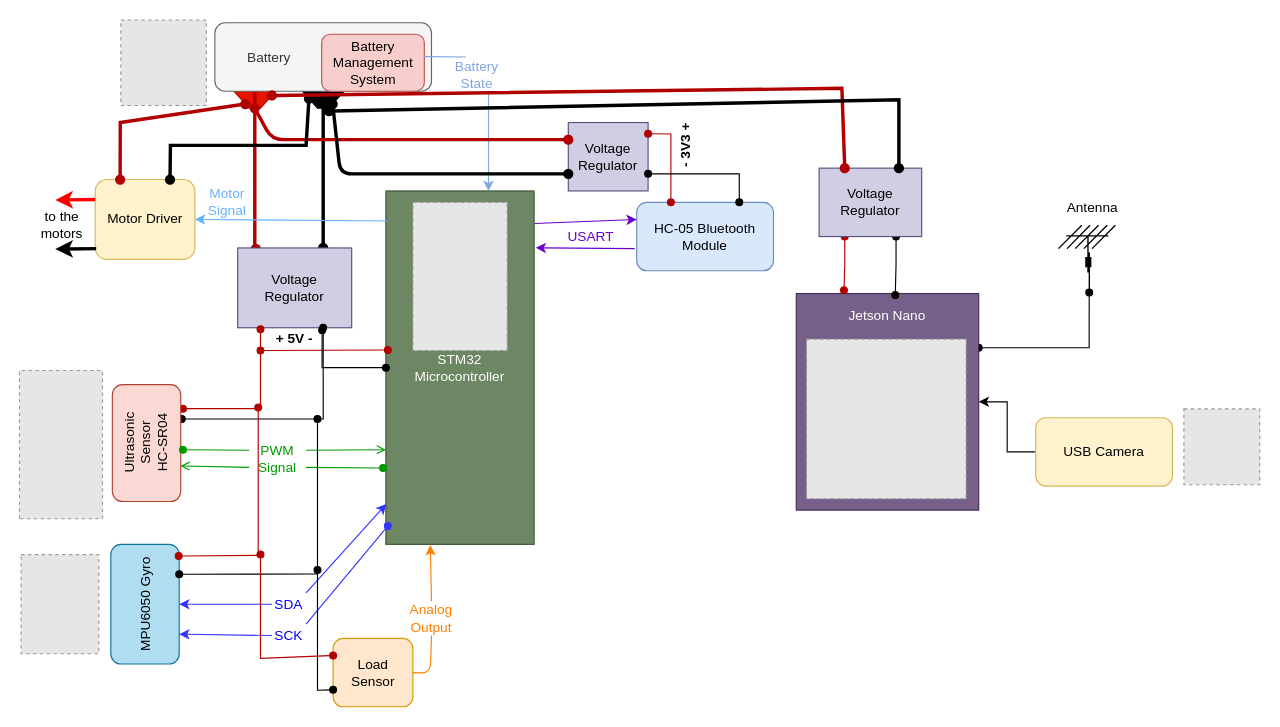
The draw.io diagram Bitirme 1 - Schematics/bitirme1-elektronik-sematik.drawio in anilberg/My-Diagrams, before the edit. Source tidied: cells renumbered, new cells numbered last; positions are measured from the earlier drawing's top-left corner, leaving out a move shared by most shapes. Both pictures are drawn from the tidied source at 114%, with x=0, y=0 at pixel (-14, 19). Pictures stored in the file or linked from it are replaced by grey dashed boxes.
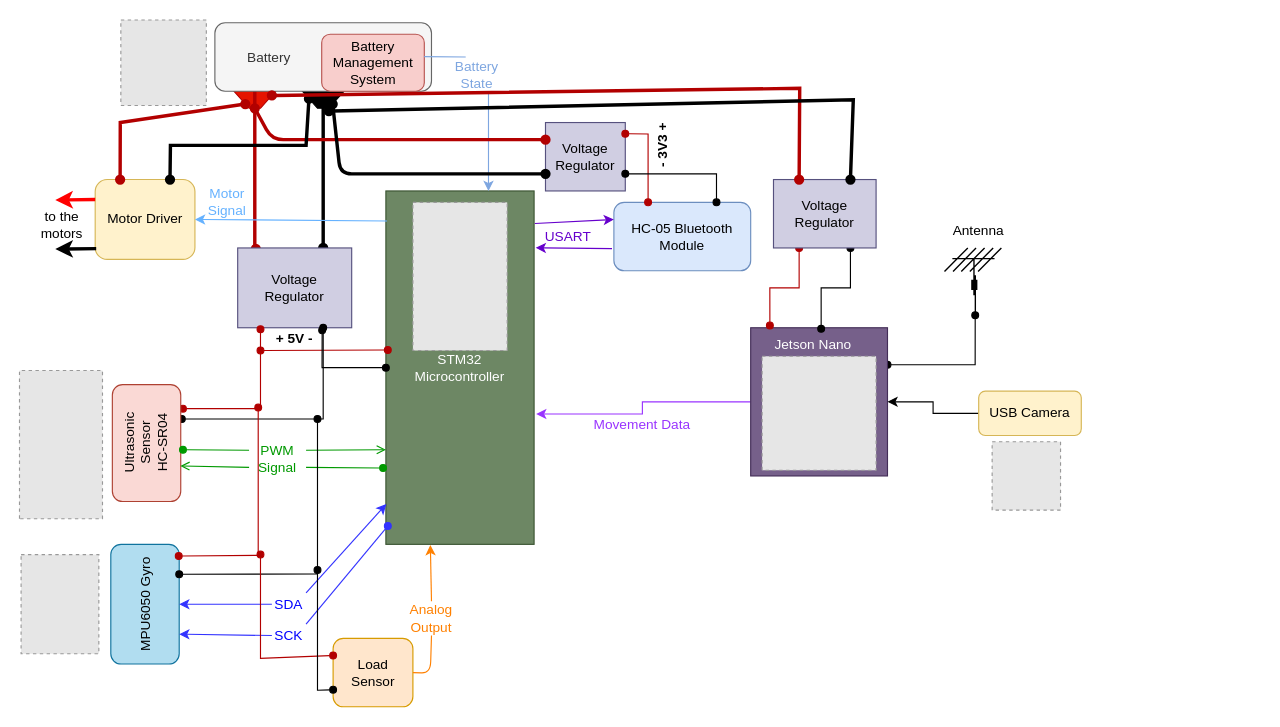
The same diagram, later.

The change refers to these unchanged cells:
```xml
<mxCell id="3" style="shape=trapezoid;perimeter=trapezoidPerimeter;whiteSpace=wrap;html=1;fixedSize=1;rotation=-180;fillColor=#e51400;strokeColor=#B20000;fontColor=#ffffff;" parent="1" vertex="1">
  <mxGeometry x="210" y="55" width="50" height="22.5" as="geometry" />
</mxCell>
<mxCell id="6" value="STM32&lt;br&gt;Microcontroller" style="rounded=0;whiteSpace=wrap;html=1;fontColor=#ffffff;fillColor=#6d8764;strokeColor=#3A5431;" parent="1" vertex="1">
  <mxGeometry x="350" y="150" width="130" height="310" as="geometry" />
</mxCell>
```

What changed in the source:
```diff
@@
+    <mxCell id="75" style="edgeStyle=orthogonalEdgeStyle;rounded=0;jettySize=auto;html=1;exitX=0;exitY=0.5;exitDx=0;exitDy=0;entryX=1.014;entryY=0.631;entryDx=0;entryDy=0;entryPerimeter=0;fontColor=#000000;startArrow=none;startFill=0;endArrow=classic;endFill=1;strokeColor=#9933FF;fillColor=#f8cecc;" parent="1" edge="1" source="5" target="6">
+      <mxGeometry relative="1" as="geometry" />
+    </mxCell>
     <mxCell id="5" style="rounded=0;whiteSpace=wrap;html=1;strokeColor=#432D57;fillColor=#76608a;fontColor=#ffffff;" parent="1" vertex="1">
-      <mxGeometry x="710" y="240" width="160" height="190" as="geometry" />
+      <mxGeometry x="670" y="270" width="120" height="130" as="geometry" />
     </mxCell>
@@
     <mxCell id="45" value="Voltage&lt;br&gt;Regulator" style="rounded=0;whiteSpace=wrap;html=1;fillColor=#d0cee2;strokeColor=#56517e;" parent="1" vertex="1">
-      <mxGeometry x="510" y="90" width="70" height="60" as="geometry" />
+      <mxGeometry x="490" y="90" width="70" height="60" as="geometry" />
     </mxCell>
@@
     <mxCell id="48" value="HC-05 Bluetooth Module" style="rounded=1;whiteSpace=wrap;html=1;strokeColor=#6c8ebf;fillColor=#dae8fc;" parent="1" vertex="1">
-      <mxGeometry x="570" y="160" width="120" height="60" as="geometry" />
+      <mxGeometry x="550" y="160" width="120" height="60" as="geometry" />
     </mxCell>
     <mxCell id="49" style="endArrow=oval;html=1;fillColor=#e51400;strokeColor=#B20000;strokeWidth=1;startArrow=oval;startFill=1;endFill=1;rounded=0;exitX=1;exitY=0.164;exitDx=0;exitDy=0;exitPerimeter=0;entryX=0.25;entryY=0;entryDx=0;entryDy=0;" parent="1" edge="1" source="45" target="48">
       <mxGeometry relative="1" as="geometry">
         <Array as="points">
-          <mxPoint x="600" y="100" />
+          <mxPoint x="580" y="100" />
         </Array>
       </mxGeometry>
     </mxCell>
     <mxCell id="50" style="endArrow=oval;html=1;fillColor=#e51400;strokeWidth=1;startArrow=oval;startFill=1;endFill=1;rounded=0;entryX=1;entryY=0.75;entryDx=0;entryDy=0;exitX=0.75;exitY=0;exitDx=0;exitDy=0;" parent="1" edge="1" source="48" target="45">
       <mxGeometry relative="1" as="geometry">
         <Array as="points">
-          <mxPoint x="660" y="135" />
+          <mxPoint x="640" y="135" />
         </Array>
       </mxGeometry>
     </mxCell>
     <mxCell id="51" value="&lt;b&gt;- 3V3 +&lt;/b&gt;" style="text;html=1;strokeColor=none;fillColor=none;align=center;verticalAlign=middle;whiteSpace=wrap;rounded=0;rotation=-90;" parent="1" vertex="1">
-      <mxGeometry x="590" y="100" width="46" height="20" as="geometry" />
+      <mxGeometry x="570" y="100" width="46" height="20" as="geometry" />
     </mxCell>
@@
     <mxCell id="54" value="&lt;font color=&quot;#6600cc&quot;&gt;USART&lt;/font&gt;" style="text;html=1;strokeColor=none;fillColor=none;align=center;verticalAlign=middle;whiteSpace=wrap;rounded=0;" parent="1" vertex="1">
-      <mxGeometry x="510" y="180" width="40" height="20" as="geometry" />
+      <mxGeometry x="490" y="180" width="40" height="20" as="geometry" />
     </mxCell>
@@
     <mxCell id="63" style="fillColor=#E6E6E6;strokeColor=#999999;dashed=1;verticalLabelPosition=bottom;labelBackgroundColor=#ffffff;verticalAlign=top;fontFamily=Helvetica;" parent="1" vertex="1">
-      <mxGeometry x="719" y="280" width="140" height="140" as="geometry" />
+      <mxGeometry x="680" y="295" width="100" height="100" as="geometry" />
     </mxCell>
     <mxCell id="64" style="fillColor=#E6E6E6;strokeColor=#999999;dashed=1;verticalLabelPosition=bottom;labelBackgroundColor=#ffffff;verticalAlign=top;fontFamily=Helvetica;" parent="1" vertex="1">
-      <mxGeometry x="1050" y="341.2" width="66.5" height="66.5" as="geometry" />
+      <mxGeometry x="881.8" y="370" width="60" height="60" as="geometry" />
     </mxCell>
     <mxCell id="65" value="&lt;font color=&quot;#ffffff&quot;&gt;Jetson Nano&lt;/font&gt;" style="text;html=1;strokeColor=none;fillColor=none;align=center;verticalAlign=middle;whiteSpace=wrap;rounded=0;" parent="1" vertex="1">
-      <mxGeometry x="735" y="240" width="110" height="40" as="geometry" />
+      <mxGeometry x="670" y="270" width="110" height="29" as="geometry" />
     </mxCell>
@@
     <mxCell id="67" value="USB Camera" style="rounded=1;whiteSpace=wrap;html=1;strokeColor=#d6b656;fillColor=#fff2cc;" parent="1" vertex="1">
-      <mxGeometry x="920" y="348.9" width="120" height="60" as="geometry" />
+      <mxGeometry x="870" y="325.6" width="90" height="38.9" as="geometry" />
     </mxCell>
     <mxCell id="68" style="shape=mxgraph.cisco.wireless.antenna;html=1;dashed=0;fillColor=#036897;strokeColor=#ffffff;strokeWidth=2;verticalLabelPosition=bottom;verticalAlign=top;align=center;outlineConnect=0;fontColor=#000000;" parent="1" vertex="1">
-      <mxGeometry x="940" y="180" width="49.9" height="59" as="geometry" />
+      <mxGeometry x="840" y="200" width="49.9" height="59" as="geometry" />
     </mxCell>
@@
     <mxCell id="71" value="Voltage&lt;br&gt;Regulator" style="rounded=0;whiteSpace=wrap;html=1;fillColor=#d0cee2;strokeColor=#56517e;" parent="1" vertex="1">
-      <mxGeometry x="730" y="130" width="90" height="60" as="geometry" />
+      <mxGeometry x="690" y="140" width="90" height="60" as="geometry" />
     </mxCell>
     <mxCell id="72" style="endArrow=oval;html=1;fillColor=#e51400;strokeColor=#B20000;strokeWidth=3;startArrow=oval;startFill=1;endFill=1;exitX=0.25;exitY=0;exitDx=0;exitDy=0;rounded=0;entryX=0;entryY=0.5;entryDx=0;entryDy=0;" parent="1" edge="1" source="71" target="3">
       <mxGeometry relative="1" as="geometry">
         <Array as="points">
-          <mxPoint x="750" y="60" />
+          <mxPoint x="713" y="60" />
         </Array>
       </mxGeometry>
     </mxCell>
-    <mxCell id="73" style="endArrow=oval;html=1;fillColor=#e51400;strokeWidth=3;startArrow=oval;startFill=1;endFill=1;entryX=0.75;entryY=0;entryDx=0;entryDy=0;rounded=0;" parent="1" edge="1">
+    <mxCell id="73" style="endArrow=oval;html=1;fillColor=#e51400;strokeWidth=3;startArrow=oval;startFill=1;endFill=1;entryX=0.75;entryY=0;entryDx=0;entryDy=0;rounded=0;" parent="1" edge="1" target="71">
       <mxGeometry relative="1" as="geometry">
         <mxPoint x="300" y="80" as="sourcePoint" />
-        <mxPoint x="800" y="130" as="targetPoint" />
         <Array as="points">
-          <mxPoint x="800" y="70" />
+          <mxPoint x="760" y="70" />
         </Array>
       </mxGeometry>
     </mxCell>
     <mxCell id="74" value="Antenna" style="text;html=1;strokeColor=none;fillColor=none;align=center;verticalAlign=middle;whiteSpace=wrap;rounded=0;fontColor=#000000;" parent="1" vertex="1">
-      <mxGeometry x="940" y="150" width="60" height="30" as="geometry" />
+      <mxGeometry x="840" y="170" width="60" height="30" as="geometry" />
     </mxCell>
+    <mxCell id="76" value="&lt;font color=&quot;#9933ff&quot;&gt;Movement Data&lt;/font&gt;" style="text;html=1;strokeColor=none;fillColor=none;align=center;verticalAlign=middle;whiteSpace=wrap;rounded=0;fontColor=#000000;" parent="1" vertex="1">
+      <mxGeometry x="530" y="345.7" width="90" height="18.8" as="geometry" />
+    </mxCell>
```
